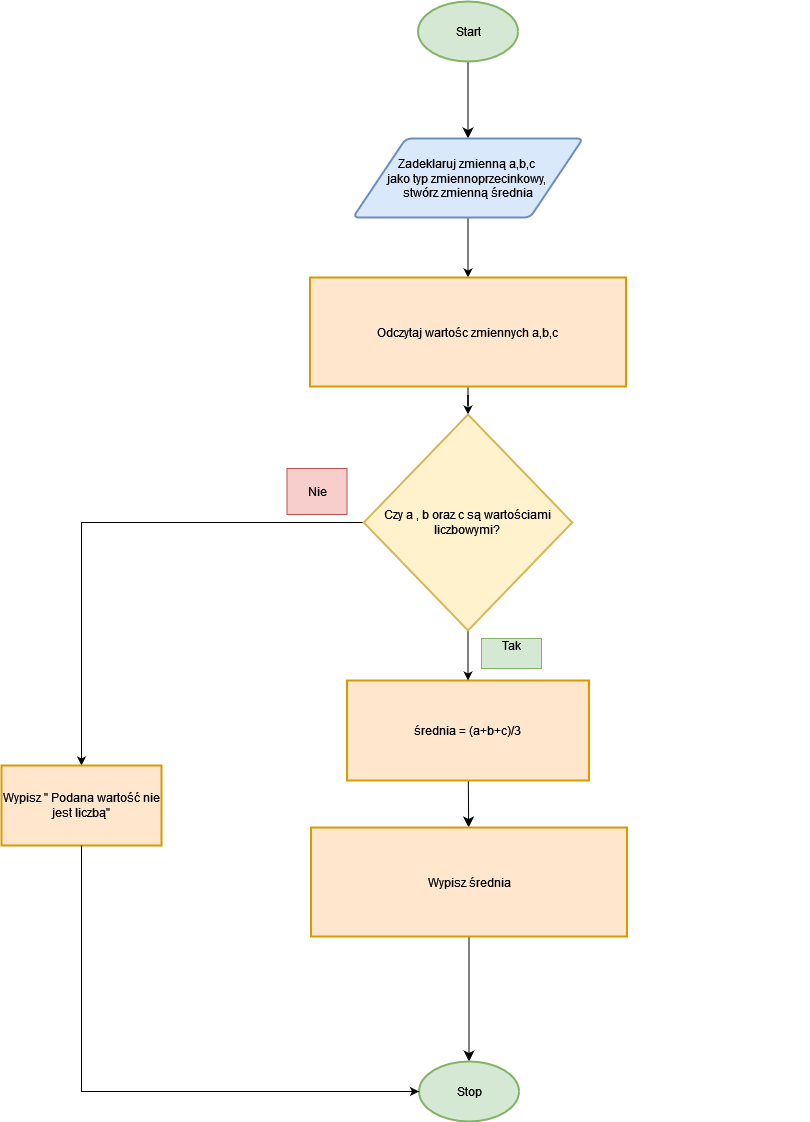
DudeQ7/Programming keeps this draw.io diagram as schemat_blokowy/Lab_01/Programowanie_laborki/Srednia(rdy)(checked)/Średnia(2).drawio.png. Above is the earlier version. Source tidied: cells renumbered, new cells last; positions are measured from the earlier drawing's top-left corner, leaving out a move shared by most shapes. Its diagram source:
```xml
<mxGraphModel>
  <root>
    <mxCell id="0" />
    <mxCell id="1" parent="0" />
    <mxCell id="2" style="edgeStyle=none;curved=1;rounded=0;jettySize=auto;html=1;fontSize=12;startSize=8;endSize=8;" parent="1" edge="1" source="3" target="5">
      <mxGeometry relative="1" as="geometry" />
    </mxCell>
    <mxCell id="3" value="&lt;div&gt;Start&lt;/div&gt;" style="strokeWidth=2;html=1;shape=mxgraph.flowchart.start_1;whiteSpace=wrap;fillColor=#d5e8d4;strokeColor=#82b366;" parent="1" vertex="1">
      <mxGeometry x="416.5" width="100" height="60" as="geometry" />
    </mxCell>
    <mxCell id="4" style="edgeStyle=orthogonalEdgeStyle;rounded=0;jettySize=auto;html=1;" parent="1" edge="1" source="5" target="9">
      <mxGeometry relative="1" as="geometry" />
    </mxCell>
    <mxCell id="5" value="&lt;div&gt;Zadeklaruj zmienną a,b,c&amp;nbsp;&lt;/div&gt;&lt;div&gt;jako typ zmiennoprzecinkowy,&amp;nbsp;&lt;/div&gt;&lt;div&gt;stwórz zmienną średnia&lt;/div&gt;" style="shape=parallelogram;html=1;strokeWidth=2;perimeter=parallelogramPerimeter;whiteSpace=wrap;rounded=1;arcSize=12;size=0.23;fillColor=#dae8fc;strokeColor=#6c8ebf;" parent="1" vertex="1">
      <mxGeometry x="351.5" y="137" width="230" height="79" as="geometry" />
    </mxCell>
    <mxCell id="6" style="edgeStyle=none;curved=1;rounded=0;jettySize=auto;html=1;fontSize=12;startSize=8;endSize=8;" parent="1" edge="1" source="7" target="11">
      <mxGeometry relative="1" as="geometry" />
    </mxCell>
    <mxCell id="7" value="średnia = (a+b+c)/3" style="rounded=0;whiteSpace=wrap;html=1;absoluteArcSize=1;arcSize=14;strokeWidth=2;fillColor=#ffe6cc;strokeColor=#d79b00;" parent="1" vertex="1">
      <mxGeometry x="345.5" y="679" width="242" height="100" as="geometry" />
    </mxCell>
    <mxCell id="8" style="edgeStyle=orthogonalEdgeStyle;rounded=0;jettySize=auto;html=1;" parent="1" edge="1" source="9" target="15">
      <mxGeometry relative="1" as="geometry" />
    </mxCell>
    <mxCell id="9" value="Odczytaj wartośc zmiennych a,b,c " style="rounded=0;whiteSpace=wrap;html=1;absoluteArcSize=1;arcSize=14;strokeWidth=2;fillColor=#ffe6cc;strokeColor=#d79b00;" parent="1" vertex="1">
      <mxGeometry x="308.5" y="276" width="316" height="109" as="geometry" />
    </mxCell>
    <mxCell id="10" style="edgeStyle=none;curved=1;rounded=0;jettySize=auto;html=1;fontSize=12;startSize=8;endSize=8;" parent="1" edge="1" source="11" target="12">
      <mxGeometry relative="1" as="geometry" />
    </mxCell>
    <mxCell id="11" value="Wypisz średnia" style="rounded=0;whiteSpace=wrap;html=1;absoluteArcSize=1;arcSize=14;strokeWidth=2;fillColor=#ffe6cc;strokeColor=#d79b00;" parent="1" vertex="1">
      <mxGeometry x="309.5" y="826" width="316" height="109" as="geometry" />
    </mxCell>
    <mxCell id="12" value="&lt;div&gt;Stop&lt;/div&gt;" style="strokeWidth=2;html=1;shape=mxgraph.flowchart.start_1;whiteSpace=wrap;fillColor=#d5e8d4;strokeColor=#82b366;" parent="1" vertex="1">
      <mxGeometry x="417.5" y="1060" width="100" height="60" as="geometry" />
    </mxCell>
    <mxCell id="13" style="edgeStyle=orthogonalEdgeStyle;rounded=0;jettySize=auto;html=1;" parent="1" edge="1" source="15" target="7">
      <mxGeometry relative="1" as="geometry" />
    </mxCell>
    <mxCell id="14" style="edgeStyle=orthogonalEdgeStyle;rounded=0;jettySize=auto;html=1;entryX=0.5;entryY=0;entryDx=0;entryDy=0;" parent="1" edge="1" source="15" target="19">
      <mxGeometry relative="1" as="geometry" />
    </mxCell>
    <mxCell id="15" value="Czy a , b oraz c są wartościami liczbowymi?" style="strokeWidth=2;html=1;shape=mxgraph.flowchart.decision;whiteSpace=wrap;fillColor=#fff2cc;strokeColor=#d6b656;" parent="1" vertex="1">
      <mxGeometry x="362.3" y="413" width="208.4" height="216" as="geometry" />
    </mxCell>
    <mxCell id="16" value="&amp;nbsp;" style="text;strokeColor=none;align=center;fillColor=none;html=1;verticalAlign=middle;whiteSpace=wrap;rounded=0;" parent="1" vertex="1">
      <mxGeometry x="748.1" y="370" width="60" height="11.9" as="geometry" />
    </mxCell>
    <mxCell id="17" value="&lt;div&gt;Tak&lt;/div&gt;&lt;div&gt;&lt;br&gt;&lt;/div&gt;" style="text;html=1;align=center;verticalAlign=middle;whiteSpace=wrap;rounded=0;fillColor=#d5e8d4;strokeColor=#82b366;" parent="1" vertex="1">
      <mxGeometry x="480" y="637" width="60" height="30" as="geometry" />
    </mxCell>
    <mxCell id="18" value="&lt;div&gt;Nie&lt;/div&gt;" style="text;html=1;align=center;verticalAlign=middle;whiteSpace=wrap;rounded=0;fillColor=#f8cecc;strokeColor=#b85450;" parent="1" vertex="1">
      <mxGeometry x="285.5" y="467" width="60" height="46" as="geometry" />
    </mxCell>
    <mxCell id="19" value="Wypisz &quot; Podana wartość nie jest liczbą&quot;" style="whiteSpace=wrap;html=1;fillColor=#ffe6cc;strokeColor=#d79b00;strokeWidth=2;" parent="1" vertex="1">
      <mxGeometry y="764" width="160" height="80" as="geometry" />
    </mxCell>
    <mxCell id="20" style="edgeStyle=orthogonalEdgeStyle;rounded=0;jettySize=auto;html=1;entryX=0;entryY=0.5;entryDx=0;entryDy=0;entryPerimeter=0;" parent="1" edge="1" source="19" target="12">
      <mxGeometry relative="1" as="geometry">
        <Array as="points">
          <mxPoint x="80" y="1090" />
        </Array>
      </mxGeometry>
    </mxCell>
  </root>
</mxGraphModel>
```
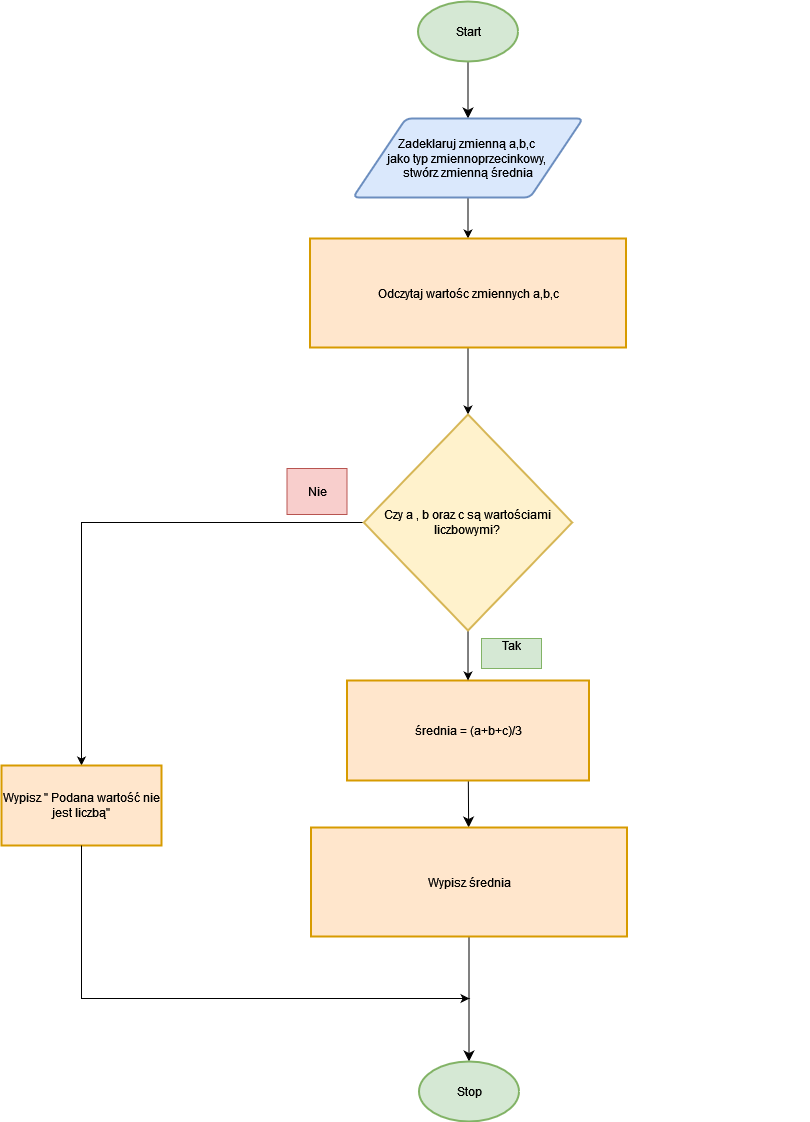
After the commit.

What changed in the source:
```diff
@@ -12,7 +12,7 @@
       <mxGeometry relative="1" as="geometry" />
     </mxCell>
     <mxCell id="5" value="&lt;div&gt;Zadeklaruj zmienną a,b,c&amp;nbsp;&lt;/div&gt;&lt;div&gt;jako typ zmiennoprzecinkowy,&amp;nbsp;&lt;/div&gt;&lt;div&gt;stwórz zmienną średnia&lt;/div&gt;" style="shape=parallelogram;html=1;strokeWidth=2;perimeter=parallelogramPerimeter;whiteSpace=wrap;rounded=1;arcSize=12;size=0.23;fillColor=#dae8fc;strokeColor=#6c8ebf;" parent="1" vertex="1">
-      <mxGeometry x="351.5" y="137" width="230" height="79" as="geometry" />
+      <mxGeometry x="351.5" y="117" width="230" height="79" as="geometry" />
     </mxCell>
     <mxCell id="6" style="edgeStyle=none;curved=1;rounded=0;jettySize=auto;html=1;fontSize=12;startSize=8;endSize=8;" parent="1" edge="1" source="7" target="11">
       <mxGeometry relative="1" as="geometry" />
@@ -24,7 +24,7 @@
       <mxGeometry relative="1" as="geometry" />
     </mxCell>
     <mxCell id="9" value="Odczytaj wartośc zmiennych a,b,c " style="rounded=0;whiteSpace=wrap;html=1;absoluteArcSize=1;arcSize=14;strokeWidth=2;fillColor=#ffe6cc;strokeColor=#d79b00;" parent="1" vertex="1">
-      <mxGeometry x="308.5" y="276" width="316" height="109" as="geometry" />
+      <mxGeometry x="308.5" y="237" width="316" height="109" as="geometry" />
     </mxCell>
     <mxCell id="10" style="edgeStyle=none;curved=1;rounded=0;jettySize=auto;html=1;fontSize=12;startSize=8;endSize=8;" parent="1" edge="1" source="11" target="12">
       <mxGeometry relative="1" as="geometry" />
@@ -56,10 +56,12 @@
     <mxCell id="19" value="Wypisz &quot; Podana wartość nie jest liczbą&quot;" style="whiteSpace=wrap;html=1;fillColor=#ffe6cc;strokeColor=#d79b00;strokeWidth=2;" parent="1" vertex="1">
       <mxGeometry y="764" width="160" height="80" as="geometry" />
     </mxCell>
-    <mxCell id="20" style="edgeStyle=orthogonalEdgeStyle;rounded=0;jettySize=auto;html=1;entryX=0;entryY=0.5;entryDx=0;entryDy=0;entryPerimeter=0;" parent="1" edge="1" source="19" target="12">
+    <mxCell id="20" style="edgeStyle=orthogonalEdgeStyle;rounded=0;jettySize=auto;html=1;" parent="1" edge="1" source="19">
       <mxGeometry relative="1" as="geometry">
+        <mxPoint x="468" y="997" as="targetPoint" />
         <Array as="points">
-          <mxPoint x="80" y="1090" />
+          <mxPoint x="80" y="997" />
+          <mxPoint x="418" y="997" />
         </Array>
       </mxGeometry>
     </mxCell>
```
